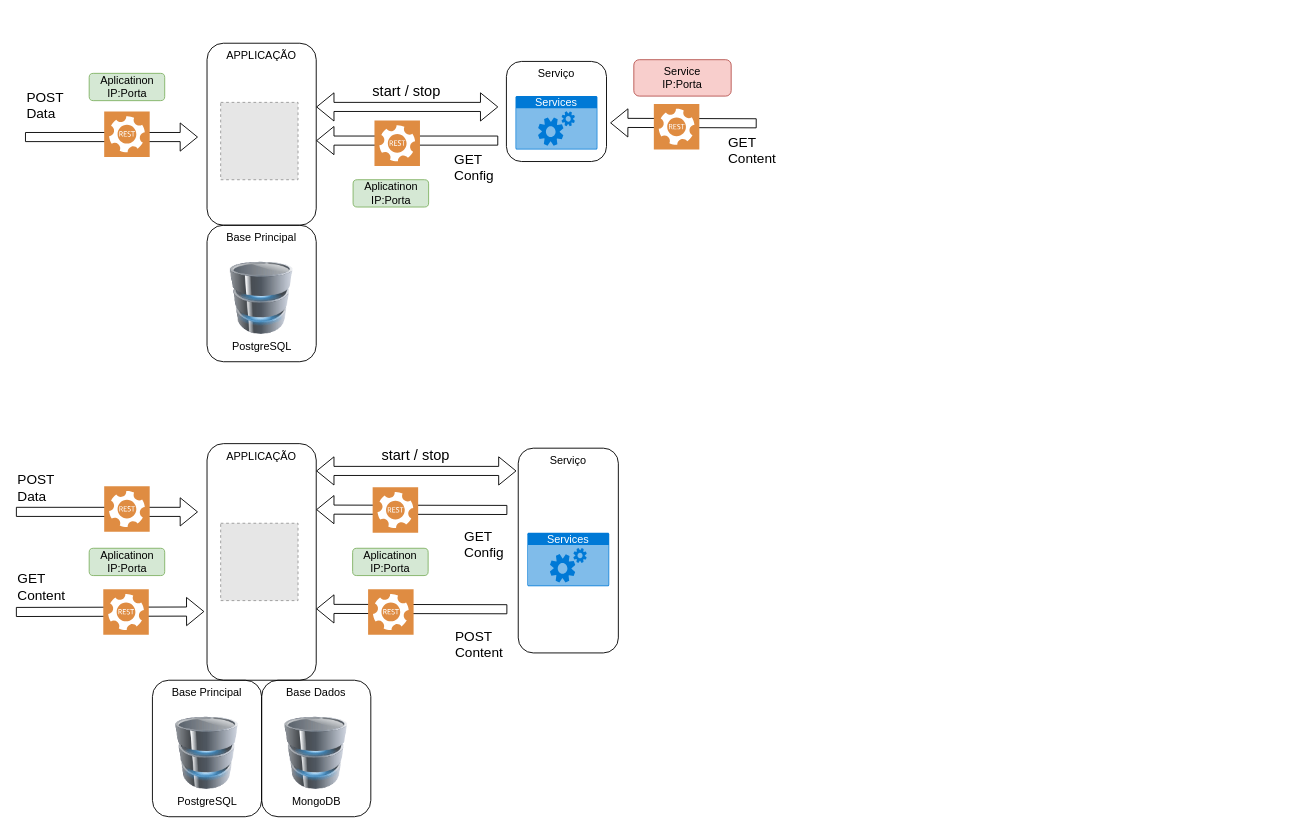
Above: page "Page-1" (1 of 2) of django_microservices.drawio in marcelopedroso/yms_tech (draw.io), before the change. Source tidied: cells renumbered, new cells numbered last; positions are measured from the earlier drawing's top-left corner, leaving out a move shared by most shapes. Both pictures are drawn from the tidied source at 91%, with x=0, y=0 at pixel (15, 43). Pictures stored in the file or linked from it are replaced by grey dashed boxes.
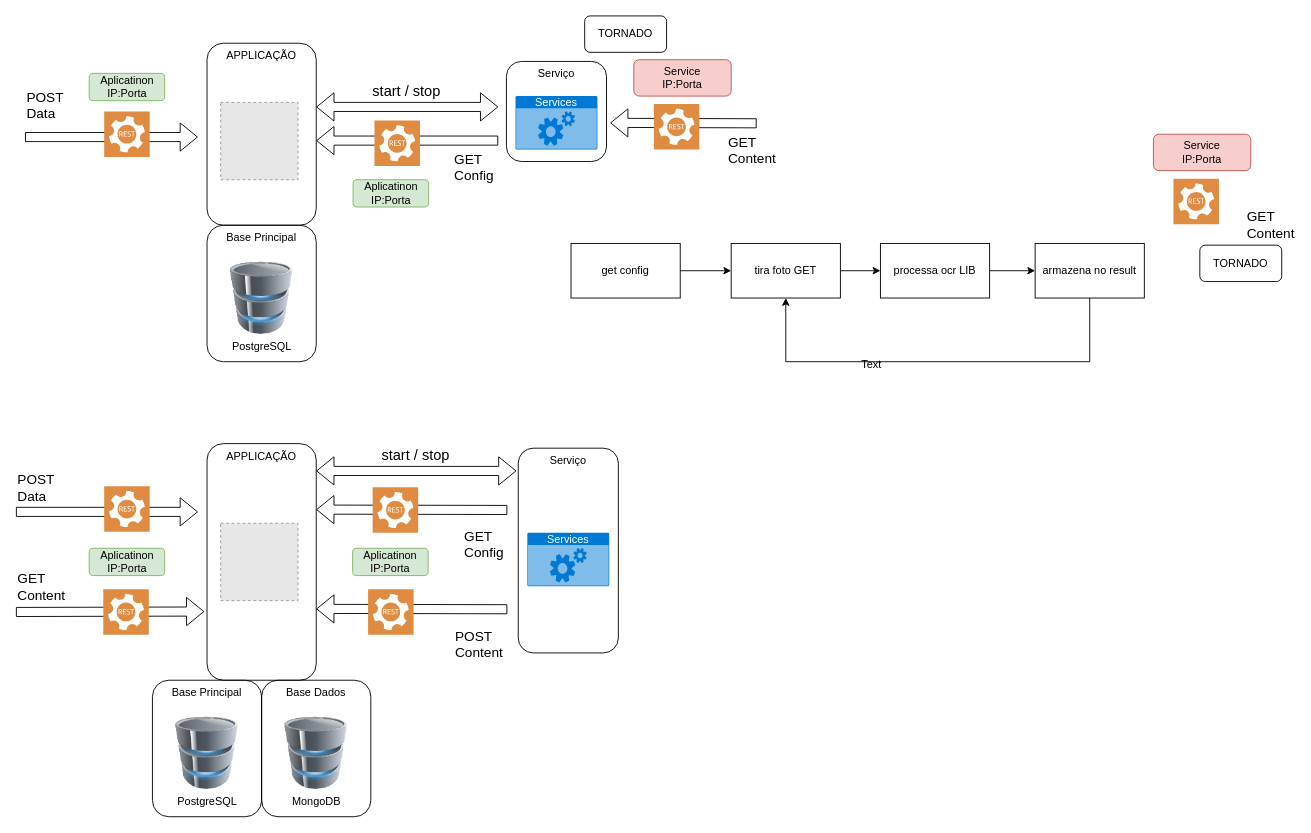
Above is the later version.

Diff of the diagram source:
```diff
@@
+    <mxCell id="32" value="Serviço" style="rounded=1;whiteSpace=wrap;html=1;fillColor=none;align=center;horizontal=1;verticalAlign=top;" parent="1" vertex="1">
+      <mxGeometry x="539" y="20" width="110" height="110" as="geometry" />
+    </mxCell>
@@
-    <mxCell id="32" value="Serviço" style="rounded=1;whiteSpace=wrap;html=1;fillColor=none;align=center;horizontal=1;verticalAlign=top;" parent="1" vertex="1">
-      <mxGeometry x="539" y="20" width="110" height="110" as="geometry" />
-    </mxCell>
@@
+    <mxCell id="46" value="TORNADO" style="rounded=1;whiteSpace=wrap;html=1;" parent="1" vertex="1">
+      <mxGeometry x="625" y="-30" width="90" height="40" as="geometry" />
+    </mxCell>
+    <mxCell id="47" style="edgeStyle=orthogonalEdgeStyle;rounded=0;jettySize=auto;html=1;" parent="1" edge="1" source="48" target="50">
+      <mxGeometry relative="1" as="geometry" />
+    </mxCell>
+    <mxCell id="48" value="get config&lt;br&gt;" style="rounded=0;whiteSpace=wrap;html=1;" parent="1" vertex="1">
+      <mxGeometry x="610" y="220" width="120" height="60" as="geometry" />
+    </mxCell>
+    <mxCell id="49" style="edgeStyle=orthogonalEdgeStyle;rounded=0;jettySize=auto;html=1;entryX=0;entryY=0.5;entryDx=0;entryDy=0;" parent="1" edge="1" source="50" target="52">
+      <mxGeometry relative="1" as="geometry" />
+    </mxCell>
+    <mxCell id="50" value="tira foto GET" style="rounded=0;whiteSpace=wrap;html=1;" parent="1" vertex="1">
+      <mxGeometry x="786" y="220" width="120" height="60" as="geometry" />
+    </mxCell>
+    <mxCell id="51" style="edgeStyle=orthogonalEdgeStyle;rounded=0;jettySize=auto;html=1;exitX=1;exitY=0.5;exitDx=0;exitDy=0;entryX=0;entryY=0.5;entryDx=0;entryDy=0;" parent="1" edge="1" source="52" target="54">
+      <mxGeometry relative="1" as="geometry" />
+    </mxCell>
+    <mxCell id="52" value="processa ocr LIB" style="rounded=0;whiteSpace=wrap;html=1;" parent="1" vertex="1">
+      <mxGeometry x="950" y="220" width="120" height="60" as="geometry" />
+    </mxCell>
+    <mxCell id="53" style="edgeStyle=orthogonalEdgeStyle;rounded=0;jettySize=auto;html=1;" parent="1" edge="1" source="54" target="50">
+      <mxGeometry relative="1" as="geometry">
+        <Array as="points">
+          <mxPoint x="1180" y="350" />
+          <mxPoint x="846" y="350" />
+        </Array>
+      </mxGeometry>
+    </mxCell>
+    <mxCell id="54" value="armazena no result" style="rounded=0;whiteSpace=wrap;html=1;" parent="1" vertex="1">
+      <mxGeometry x="1120" y="220" width="120" height="60" as="geometry" />
+    </mxCell>
+    <mxCell id="55" value="GET &lt;br&gt;Content" style="edgeLabel;html=1;align=left;verticalAlign=middle;fontSize=15;" parent="1" vertex="1">
+      <mxGeometry x="1351.1" y="198.8" as="geometry" />
+    </mxCell>
+    <mxCell id="56" style="sketch=0;shadow=0;dashed=0;html=1;strokeColor=none;fillColor=#DF8C42;labelPosition=center;verticalLabelPosition=bottom;verticalAlign=top;align=center;shape=mxgraph.veeam2.restful_api;" parent="1" vertex="1">
+      <mxGeometry x="1272" y="148.8" width="50" height="50" as="geometry" />
+    </mxCell>
+    <mxCell id="57" value="Service&lt;br&gt;IP:Porta" style="rounded=1;whiteSpace=wrap;html=1;fillColor=#f8cecc;strokeColor=#b85450;" parent="1" vertex="1">
+      <mxGeometry x="1250" y="100" width="107" height="40" as="geometry" />
+    </mxCell>
+    <mxCell id="58" value="TORNADO" style="rounded=1;whiteSpace=wrap;html=1;" parent="1" vertex="1">
+      <mxGeometry x="1301" y="221.9" width="90" height="40" as="geometry" />
+    </mxCell>
+    <mxCell id="59" value="Text" style="text;html=1;align=center;verticalAlign=middle;strokeColor=none;fillColor=none;" parent="1" vertex="1">
+      <mxGeometry x="915" y="338" width="50" height="30" as="geometry" />
+    </mxCell>
```
